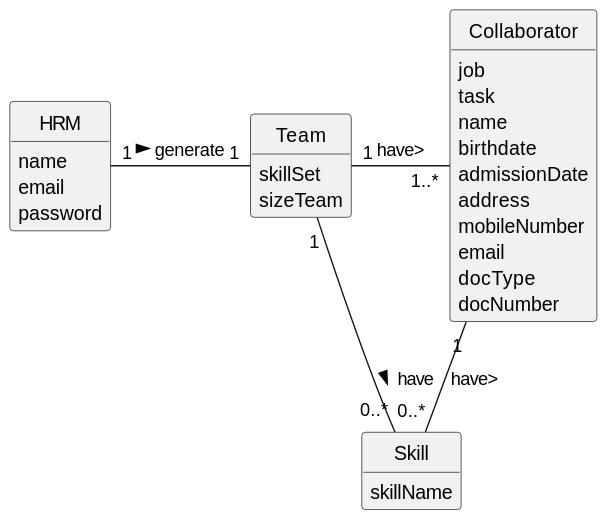
This is docs/sprintB/us005/02.analysis/svg/us005-domain-model.svg from francisc-o-liveira/lei-24-s2-1dp-g163, a PlantUML export, as it was before one commit.
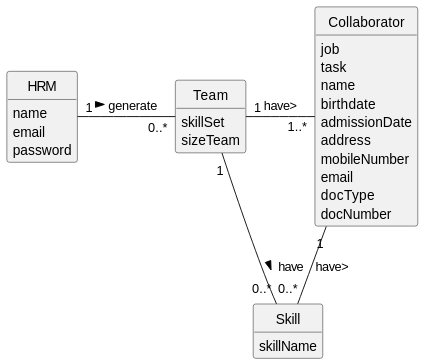
After the change.

Diff of the diagram source:
```diff
@@ -40,7 +40,7 @@
 }
 
 
-HRM "1" - "1" Team: generate >
+HRM "1" - "0..*" Team: generate >
 Team "1" - "0..*" Skill: have >
 Team "1" - "1..*" Collaborator: have>
 Collaborator "1" -- "0..*" Skill: have>
```
